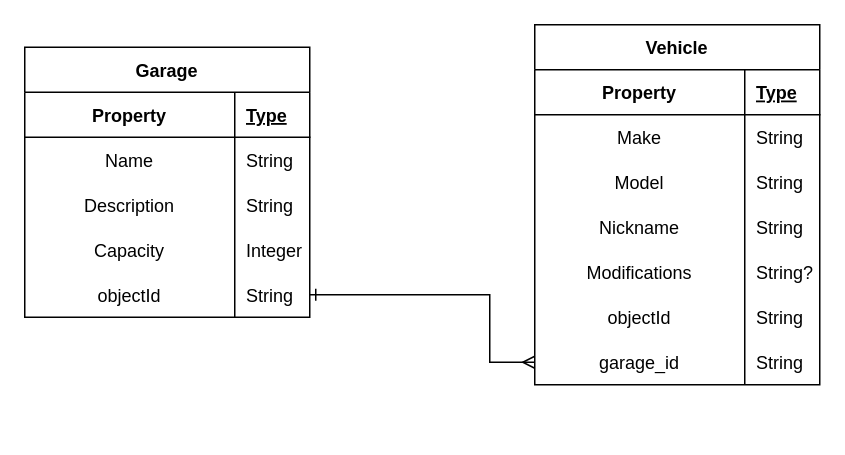
Above: communityGarage.drawio in d-lewis9442/communityGarage (draw.io), before the change. Source tidied: cells renumbered, new cells numbered last; positions are measured from the earlier drawing's top-left corner, leaving out a move shared by most shapes. Both pictures are drawn from the tidied source at 150%, with x=0, y=0 at pixel (24, 24).
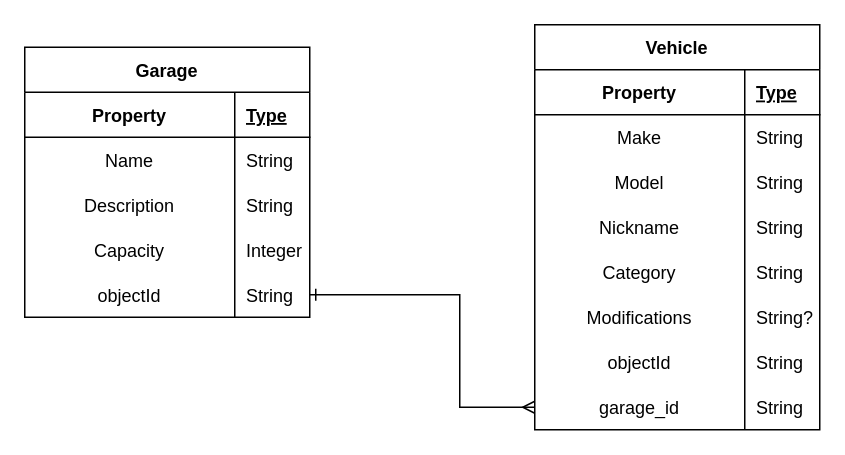
Above is the later version.

The change refers to these unchanged cells:
```xml
<mxCell id="16" style="shape=tableRow;horizontal=0;startSize=0;swimlaneHead=0;swimlaneBody=0;fillColor=none;points=[[0,0.5],[1,0.5]];portConstraint=eastwest;top=0;left=0;right=0;bottom=0;" parent="3" vertex="1">
  <mxGeometry y="150" width="190" height="30" as="geometry" />
</mxCell>
```

The edit, as a diff of the source:
```diff
@@
     <mxCell id="2" style="edgeStyle=orthogonalEdgeStyle;rounded=0;jettySize=auto;html=1;startArrow=ERone;startFill=0;endArrow=ERmany;endFill=0;exitX=1;exitY=0.5;exitDx=0;exitDy=0;entryX=0;entryY=0.5;entryDx=0;entryDy=0;" parent="1" edge="1" source="16" target="38">
       <mxGeometry relative="1" as="geometry">
         <Array as="points">
-          <mxPoint x="310" y="180" />
-          <mxPoint x="310" y="225" />
+          <mxPoint x="290" y="180" />
+          <mxPoint x="290" y="255" />
         </Array>
       </mxGeometry>
     </mxCell>
@@
     <mxCell id="19" value="Vehicle" style="shape=table;startSize=30;childLayout=tableLayout;rowLines=0;fontStyle=1;align=center;" parent="1" vertex="1">
-      <mxGeometry x="340" width="190" height="240" as="geometry" />
+      <mxGeometry x="340" width="190" height="270" as="geometry" />
     </mxCell>
@@
+    <mxCell id="41" style="shape=tableRow;horizontal=0;startSize=0;swimlaneHead=0;swimlaneBody=0;fillColor=none;top=0;left=0;right=0;bottom=0;" parent="19" vertex="1">
+      <mxGeometry y="150" width="190" height="30" as="geometry" />
+    </mxCell>
+    <mxCell id="42" value="Category" style="shape=partialRectangle;fillColor=none;top=0;left=0;bottom=0;right=0;overflow=hidden;" parent="41" vertex="1">
+      <mxGeometry width="140" height="30" as="geometry" />
+    </mxCell>
+    <mxCell id="43" value="String" style="shape=partialRectangle;fillColor=none;top=0;left=0;bottom=0;right=0;align=left;spacingLeft=6;overflow=hidden;" parent="41" vertex="1">
+      <mxGeometry x="140" width="50" height="30" as="geometry" />
+    </mxCell>
     <mxCell id="32" style="shape=tableRow;horizontal=0;startSize=0;swimlaneHead=0;swimlaneBody=0;fillColor=none;top=0;left=0;right=0;bottom=0;" parent="19" vertex="1">
-      <mxGeometry y="150" width="190" height="30" as="geometry" />
+      <mxGeometry y="180" width="190" height="30" as="geometry" />
     </mxCell>
@@
     <mxCell id="35" style="shape=tableRow;horizontal=0;startSize=0;swimlaneHead=0;swimlaneBody=0;fillColor=none;top=0;left=0;right=0;bottom=0;" parent="19" vertex="1">
-      <mxGeometry y="180" width="190" height="30" as="geometry" />
+      <mxGeometry y="210" width="190" height="30" as="geometry" />
     </mxCell>
@@
     <mxCell id="38" style="shape=tableRow;horizontal=0;startSize=0;swimlaneHead=0;swimlaneBody=0;fillColor=none;points=[[0,0.5],[1,0.5]];portConstraint=eastwest;top=0;left=0;right=0;bottom=0;" parent="19" vertex="1">
-      <mxGeometry y="210" width="190" height="30" as="geometry" />
+      <mxGeometry y="240" width="190" height="30" as="geometry" />
     </mxCell>
```
